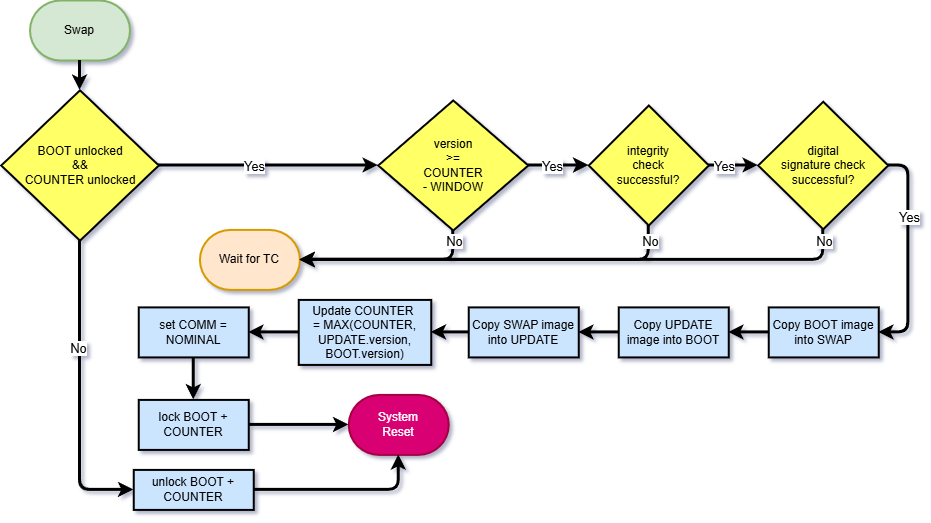
Above: Diagrams/ESA Secure Boot Flowchart.Swap.png in matyaskollert/ESA-SAVOIR-Secure-Boot (draw.io), before the change. Source tidied: cells renumbered, new cells last; positions are measured from the earlier drawing's top-left corner, leaving out a move shared by most shapes.
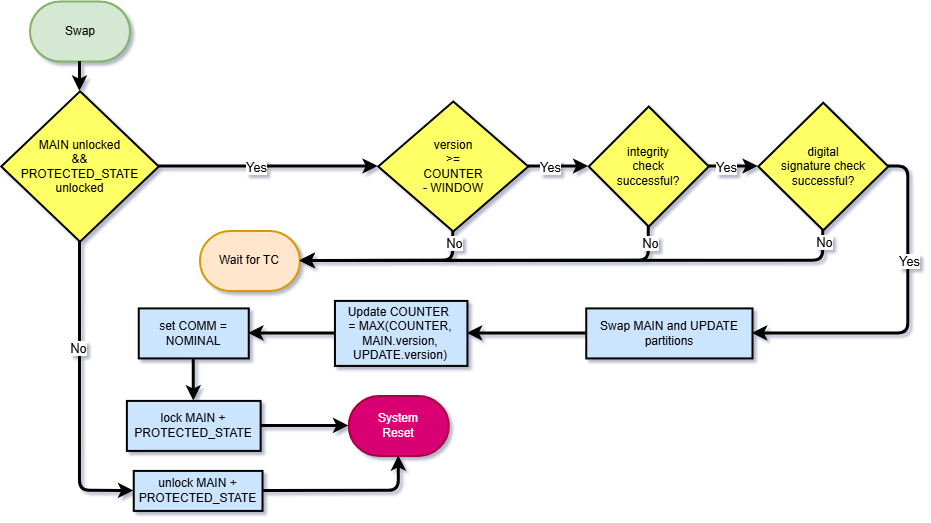
The same diagram one commit later.

Diff of the diagram source:
```diff
@@ -5,120 +5,108 @@
     <mxCell id="2" value="Swap" style="strokeWidth=2;html=1;shape=mxgraph.flowchart.terminator;whiteSpace=wrap;rounded=0;fillColor=#d5e8d4;strokeColor=#82b366;" parent="1" vertex="1">
       <mxGeometry x="28.5" width="100" height="60" as="geometry" />
     </mxCell>
-    <mxCell id="3" style="edgeStyle=orthogonalEdgeStyle;rounded=1;jettySize=auto;html=1;entryX=1;entryY=0.5;entryDx=0;entryDy=0;strokeWidth=3;curved=0;" parent="1" edge="1" source="4" target="11">
-      <mxGeometry relative="1" as="geometry" />
+    <mxCell id="3" value="Swap MAIN and UPDATE partitions" style="rounded=0;whiteSpace=wrap;html=1;absoluteArcSize=1;arcSize=14;strokeWidth=2;fillColor=#CCE5FF;" parent="1" vertex="1">
+      <mxGeometry x="584.7" y="306.9" width="166.2" height="50" as="geometry" />
     </mxCell>
-    <mxCell id="4" value="Copy BOOT image into SWAP" style="rounded=0;whiteSpace=wrap;html=1;absoluteArcSize=1;arcSize=14;strokeWidth=2;fillColor=#CCE5FF;" parent="1" vertex="1">
-      <mxGeometry x="767.2" y="306.9" width="110" height="50" as="geometry" />
+    <mxCell id="4" style="edgeStyle=orthogonalEdgeStyle;rounded=1;jettySize=auto;html=1;exitX=0;exitY=0.5;exitDx=0;exitDy=0;entryX=1;entryY=0.5;entryDx=0;entryDy=0;strokeWidth=3;curved=0;" parent="1" edge="1" source="5" target="7">
+      <mxGeometry relative="1" as="geometry" />
     </mxCell>
-    <mxCell id="5" style="edgeStyle=orthogonalEdgeStyle;rounded=1;jettySize=auto;html=1;exitX=0;exitY=0.5;exitDx=0;exitDy=0;entryX=1;entryY=0.5;entryDx=0;entryDy=0;strokeWidth=3;curved=0;" parent="1" edge="1" source="6" target="8">
-      <mxGeometry relative="1" as="geometry" />
+    <mxCell id="5" value="Update COUNTER&amp;nbsp;&lt;div&gt;= MAX(COUNTER, MAIN.version, UPDATE.version)&lt;/div&gt;" style="rounded=0;whiteSpace=wrap;html=1;absoluteArcSize=1;arcSize=14;strokeWidth=2;fillColor=#CCE5FF;" parent="1" vertex="1">
+      <mxGeometry x="333.4" y="299.4" width="132.5" height="65" as="geometry" />
     </mxCell>
-    <mxCell id="6" value="Update COUNTER&amp;nbsp;&lt;div&gt;= MAX(COUNTER, UPDATE.version, BOOT.version)&lt;/div&gt;" style="rounded=0;whiteSpace=wrap;html=1;absoluteArcSize=1;arcSize=14;strokeWidth=2;fillColor=#CCE5FF;" parent="1" vertex="1">
-      <mxGeometry x="297.2" y="299.4" width="132.5" height="65" as="geometry" />
+    <mxCell id="6" style="edgeStyle=orthogonalEdgeStyle;rounded=1;jettySize=auto;html=1;exitX=0.5;exitY=1;exitDx=0;exitDy=0;entryX=0.5;entryY=0;entryDx=0;entryDy=0;curved=0;strokeWidth=3;" parent="1" edge="1" source="7" target="8">
+      <mxGeometry relative="1" as="geometry" />
     </mxCell>
-    <mxCell id="7" style="edgeStyle=orthogonalEdgeStyle;rounded=1;jettySize=auto;html=1;exitX=0.5;exitY=1;exitDx=0;exitDy=0;entryX=0.5;entryY=0;entryDx=0;entryDy=0;curved=0;strokeWidth=3;" parent="1" edge="1" source="8" target="9">
-      <mxGeometry relative="1" as="geometry" />
+    <mxCell id="7" value="set COMM = NOMINAL" style="rounded=0;whiteSpace=wrap;html=1;absoluteArcSize=1;arcSize=14;strokeWidth=2;fillColor=#CCE5FF;" parent="1" vertex="1">
+      <mxGeometry x="137.2" y="306.9" width="110" height="50" as="geometry" />
     </mxCell>
-    <mxCell id="8" value="set COMM = NOMINAL" style="rounded=0;whiteSpace=wrap;html=1;absoluteArcSize=1;arcSize=14;strokeWidth=2;fillColor=#CCE5FF;" parent="1" vertex="1">
-      <mxGeometry x="137.2" y="306.9" width="110" height="50" as="geometry" />
+    <mxCell id="8" value="&lt;div&gt;lock MAIN + PROTECTED_STATE&lt;/div&gt;" style="rounded=0;whiteSpace=wrap;html=1;absoluteArcSize=1;arcSize=14;strokeWidth=2;fillColor=#CCE5FF;" parent="1" vertex="1">
+      <mxGeometry x="125.4" y="399.4" width="133.8" height="50" as="geometry" />
     </mxCell>
-    <mxCell id="9" value="&lt;div&gt;lock BOOT + COUNTER&lt;/div&gt;" style="rounded=0;whiteSpace=wrap;html=1;absoluteArcSize=1;arcSize=14;strokeWidth=2;fillColor=#CCE5FF;" parent="1" vertex="1">
-      <mxGeometry x="137.2" y="399.4" width="110" height="50" as="geometry" />
+    <mxCell id="9" style="edgeStyle=orthogonalEdgeStyle;rounded=1;jettySize=auto;html=1;exitX=0;exitY=0.5;exitDx=0;exitDy=0;entryX=1;entryY=0.5;entryDx=0;entryDy=0;curved=0;strokeWidth=3;" parent="1" edge="1" source="3" target="5">
+      <mxGeometry relative="1" as="geometry" />
     </mxCell>
-    <mxCell id="10" style="edgeStyle=orthogonalEdgeStyle;rounded=1;jettySize=auto;html=1;exitX=0;exitY=0.5;exitDx=0;exitDy=0;entryX=1;entryY=0.5;entryDx=0;entryDy=0;strokeWidth=3;curved=0;" parent="1" edge="1" source="11" target="13">
+    <mxCell id="10" style="edgeStyle=orthogonalEdgeStyle;rounded=1;jettySize=auto;html=1;exitX=0.5;exitY=1;exitDx=0;exitDy=0;exitPerimeter=0;entryX=0.5;entryY=0;entryDx=0;entryDy=0;entryPerimeter=0;strokeWidth=3;curved=0;" parent="1" edge="1" source="2" target="15">
       <mxGeometry relative="1" as="geometry" />
     </mxCell>
-    <mxCell id="11" value="Copy UPDATE image into BOOT" style="rounded=0;whiteSpace=wrap;html=1;absoluteArcSize=1;arcSize=14;strokeWidth=2;fillColor=#CCE5FF;" parent="1" vertex="1">
-      <mxGeometry x="617.2" y="306.9" width="110" height="50" as="geometry" />
+    <mxCell id="11" value="System&lt;div&gt;Reset&lt;/div&gt;" style="strokeWidth=2;html=1;shape=mxgraph.flowchart.terminator;whiteSpace=wrap;rounded=0;fillColor=#d80073;fontColor=#ffffff;strokeColor=#A50040;" parent="1" vertex="1">
+      <mxGeometry x="347.2" y="394.4" width="100" height="60" as="geometry" />
     </mxCell>
-    <mxCell id="12" style="edgeStyle=orthogonalEdgeStyle;rounded=1;jettySize=auto;html=1;exitX=0;exitY=0.5;exitDx=0;exitDy=0;entryX=1;entryY=0.5;entryDx=0;entryDy=0;curved=0;strokeWidth=3;" parent="1" edge="1" source="13" target="6">
+    <mxCell id="12" style="edgeStyle=orthogonalEdgeStyle;rounded=1;jettySize=auto;html=1;exitX=1;exitY=0.5;exitDx=0;exitDy=0;entryX=0;entryY=0.5;entryDx=0;entryDy=0;entryPerimeter=0;strokeWidth=3;curved=0;" parent="1" edge="1" source="8" target="11">
       <mxGeometry relative="1" as="geometry" />
     </mxCell>
-    <mxCell id="13" value="Copy SWAP image into UPDATE" style="rounded=0;whiteSpace=wrap;html=1;absoluteArcSize=1;arcSize=14;strokeWidth=2;fillColor=#CCE5FF;" parent="1" vertex="1">
-      <mxGeometry x="467.2" y="306.9" width="110" height="50" as="geometry" />
+    <mxCell id="13" style="edgeStyle=orthogonalEdgeStyle;rounded=1;jettySize=auto;html=1;exitX=0.5;exitY=1;exitDx=0;exitDy=0;exitPerimeter=0;entryX=0;entryY=0.5;entryDx=0;entryDy=0;strokeWidth=3;curved=0;" parent="1" edge="1" source="15" target="16">
+      <mxGeometry relative="1" as="geometry" />
     </mxCell>
-    <mxCell id="14" style="edgeStyle=orthogonalEdgeStyle;rounded=1;jettySize=auto;html=1;exitX=0.5;exitY=1;exitDx=0;exitDy=0;exitPerimeter=0;entryX=0.5;entryY=0;entryDx=0;entryDy=0;entryPerimeter=0;strokeWidth=3;curved=0;" parent="1" edge="1" source="2" target="19">
-      <mxGeometry relative="1" as="geometry" />
+    <mxCell id="14" value="&lt;font style=&quot;font-size: 13px;&quot;&gt;No&lt;/font&gt;" style="edgeLabel;html=1;align=center;verticalAlign=middle;" parent="13" vertex="1">
+      <mxGeometry x="-0.3" y="-2" relative="1" as="geometry" />
     </mxCell>
-    <mxCell id="15" value="System&lt;div&gt;Reset&lt;/div&gt;" style="strokeWidth=2;html=1;shape=mxgraph.flowchart.terminator;whiteSpace=wrap;rounded=0;fillColor=#d80073;fontColor=#ffffff;strokeColor=#A50040;" parent="1" vertex="1">
-      <mxGeometry x="347.2" y="394.4" width="100" height="60" as="geometry" />
+    <mxCell id="15" value="MAIN unlocked&lt;div&gt;&amp;amp;&amp;amp;&lt;/div&gt;&lt;div&gt;PROTECTED_STATE&lt;/div&gt;&lt;div&gt;unlocked&lt;/div&gt;" style="strokeWidth=2;html=1;shape=mxgraph.flowchart.decision;whiteSpace=wrap;rounded=0;fillColor=#FFFF66;" parent="1" vertex="1">
+      <mxGeometry x="-0.2" y="89.8" width="157.5" height="150.4" as="geometry" />
     </mxCell>
-    <mxCell id="16" style="edgeStyle=orthogonalEdgeStyle;rounded=1;jettySize=auto;html=1;exitX=1;exitY=0.5;exitDx=0;exitDy=0;entryX=0;entryY=0.5;entryDx=0;entryDy=0;entryPerimeter=0;strokeWidth=3;curved=0;" parent="1" edge="1" source="9" target="15">
-      <mxGeometry relative="1" as="geometry" />
+    <mxCell id="16" value="unlock MAIN + PROTECTED_STATE" style="rounded=0;whiteSpace=wrap;html=1;absoluteArcSize=1;arcSize=14;strokeWidth=2;fillColor=#CCE5FF;" parent="1" vertex="1">
+      <mxGeometry x="132.2" y="469.4" width="128.8" height="40" as="geometry" />
     </mxCell>
-    <mxCell id="17" style="edgeStyle=orthogonalEdgeStyle;rounded=1;jettySize=auto;html=1;exitX=0.5;exitY=1;exitDx=0;exitDy=0;exitPerimeter=0;entryX=0;entryY=0.5;entryDx=0;entryDy=0;strokeWidth=3;curved=0;" parent="1" edge="1" source="19" target="20">
+    <mxCell id="17" style="edgeStyle=orthogonalEdgeStyle;rounded=1;jettySize=auto;html=1;exitX=1;exitY=0.5;exitDx=0;exitDy=0;entryX=0.5;entryY=1;entryDx=0;entryDy=0;entryPerimeter=0;strokeWidth=3;curved=0;" parent="1" edge="1" source="16" target="11">
       <mxGeometry relative="1" as="geometry" />
     </mxCell>
-    <mxCell id="18" value="&lt;font style=&quot;font-size: 13px;&quot;&gt;No&lt;/font&gt;" style="edgeLabel;html=1;align=center;verticalAlign=middle;points=[];" parent="17" vertex="1">
-      <mxGeometry x="-0.3" y="-2" relative="1" as="geometry" />
+    <mxCell id="18" value="&lt;div&gt;&lt;span style=&quot;background-color: transparent; color: light-dark(rgb(0, 0, 0), rgb(255, 255, 255));&quot;&gt;version&lt;/span&gt;&lt;/div&gt;&lt;div&gt;&lt;div&gt;&amp;gt;=&lt;/div&gt;&lt;div&gt;COUNTER&lt;/div&gt;&lt;div&gt;- WINDOW&lt;/div&gt;&lt;/div&gt;" style="strokeWidth=2;html=1;shape=mxgraph.flowchart.decision;whiteSpace=wrap;rounded=0;fillColor=#FFFF66;" parent="1" vertex="1">
+      <mxGeometry x="376.8" y="100" width="150" height="130" as="geometry" />
     </mxCell>
-    <mxCell id="19" value="BOOT unlocked&lt;div&gt;&amp;amp;&amp;amp;&lt;/div&gt;&lt;div&gt;COUNTER unlocked&lt;/div&gt;" style="strokeWidth=2;html=1;shape=mxgraph.flowchart.decision;whiteSpace=wrap;rounded=0;fillColor=#FFFF66;" parent="1" vertex="1">
-      <mxGeometry x="-0.2" y="89.8" width="157.5" height="150.4" as="geometry" />
+    <mxCell id="19" style="edgeStyle=orthogonalEdgeStyle;jettySize=auto;html=1;exitX=1;exitY=0.5;exitDx=0;exitDy=0;exitPerimeter=0;entryX=0;entryY=0.5;entryDx=0;entryDy=0;strokeWidth=3;entryPerimeter=0;" parent="1" edge="1" source="21" target="26">
+      <mxGeometry relative="1" as="geometry" />
     </mxCell>
-    <mxCell id="20" value="unlock BOOT + COUNTER" style="rounded=0;whiteSpace=wrap;html=1;absoluteArcSize=1;arcSize=14;strokeWidth=2;fillColor=#CCE5FF;" parent="1" vertex="1">
-      <mxGeometry x="132.2" y="469.4" width="120" height="40" as="geometry" />
+    <mxCell id="20" value="&lt;font style=&quot;color: light-dark(rgb(0, 0, 0), rgb(102, 255, 102)); font-size: 13px;&quot;&gt;Yes&lt;/font&gt;" style="edgeLabel;html=1;align=center;verticalAlign=middle;points=[];" parent="19" vertex="1">
+      <mxGeometry x="-0.37" y="-1" relative="1" as="geometry">
+        <mxPoint y="-1" as="offset" />
+      </mxGeometry>
     </mxCell>
-    <mxCell id="21" style="edgeStyle=orthogonalEdgeStyle;rounded=1;jettySize=auto;html=1;exitX=1;exitY=0.5;exitDx=0;exitDy=0;entryX=0.5;entryY=1;entryDx=0;entryDy=0;entryPerimeter=0;strokeWidth=3;curved=0;" parent="1" edge="1" source="20" target="15">
-      <mxGeometry relative="1" as="geometry" />
+    <mxCell id="21" value="&lt;div&gt;&lt;div&gt;&lt;span style=&quot;background-color: transparent; color: light-dark(rgb(0, 0, 0), rgb(255, 255, 255));&quot;&gt;integrity&lt;/span&gt;&lt;/div&gt;&lt;div&gt;check&lt;div&gt;successful?&lt;/div&gt;&lt;/div&gt;&lt;/div&gt;" style="strokeWidth=2;html=1;shape=mxgraph.flowchart.decision;whiteSpace=wrap;rounded=0;fillColor=#FFFF66;" parent="1" vertex="1">
+      <mxGeometry x="587.2" y="105" width="120" height="120" as="geometry" />
     </mxCell>
-    <mxCell id="22" value="&lt;div&gt;&lt;span style=&quot;background-color: transparent; color: light-dark(rgb(0, 0, 0), rgb(255, 255, 255));&quot;&gt;version&lt;/span&gt;&lt;/div&gt;&lt;div&gt;&lt;div&gt;&amp;gt;=&lt;/div&gt;&lt;div&gt;COUNTER&lt;/div&gt;&lt;div&gt;- WINDOW&lt;/div&gt;&lt;/div&gt;" style="strokeWidth=2;html=1;shape=mxgraph.flowchart.decision;whiteSpace=wrap;rounded=0;fillColor=#FFFF66;" parent="1" vertex="1">
-      <mxGeometry x="376.8" y="100" width="150" height="130" as="geometry" />
+    <mxCell id="22" style="edgeStyle=orthogonalEdgeStyle;jettySize=auto;html=1;exitX=1;exitY=0.5;exitDx=0;exitDy=0;exitPerimeter=0;entryX=0;entryY=0.5;entryDx=0;entryDy=0;entryPerimeter=0;strokeWidth=3;" parent="1" edge="1" source="18" target="21">
+      <mxGeometry relative="1" as="geometry" />
     </mxCell>
-    <mxCell id="23" style="edgeStyle=orthogonalEdgeStyle;jettySize=auto;html=1;exitX=1;exitY=0.5;exitDx=0;exitDy=0;exitPerimeter=0;entryX=0;entryY=0.5;entryDx=0;entryDy=0;strokeWidth=3;entryPerimeter=0;" parent="1" edge="1" source="25" target="30">
-      <mxGeometry relative="1" as="geometry" />
+    <mxCell id="23" value="&lt;font style=&quot;font-size: 13px; color: light-dark(rgb(0, 0, 0), rgb(102, 255, 102));&quot;&gt;Yes&lt;/font&gt;" style="edgeLabel;html=1;align=center;verticalAlign=middle;" parent="22" vertex="1">
+      <mxGeometry x="-0.2" relative="1" as="geometry">
+        <mxPoint x="-2" as="offset" />
+      </mxGeometry>
     </mxCell>
-    <mxCell id="24" value="&lt;font style=&quot;color: light-dark(rgb(0, 0, 0), rgb(102, 255, 102)); font-size: 13px;&quot;&gt;Yes&lt;/font&gt;" style="edgeLabel;html=1;align=center;verticalAlign=middle;" parent="23" vertex="1">
-      <mxGeometry x="-0.37" y="-1" relative="1" as="geometry">
-        <mxPoint y="-1" as="offset" />
-      </mxGeometry>
+    <mxCell id="24" style="edgeStyle=orthogonalEdgeStyle;rounded=1;jettySize=auto;html=1;exitX=1;exitY=0.5;exitDx=0;exitDy=0;exitPerimeter=0;entryX=1;entryY=0.5;entryDx=0;entryDy=0;strokeWidth=3;curved=0;" parent="1" edge="1" source="26" target="3">
+      <mxGeometry relative="1" as="geometry" />
     </mxCell>
-    <mxCell id="25" value="&lt;div&gt;&lt;div&gt;&lt;span style=&quot;background-color: transparent; color: light-dark(rgb(0, 0, 0), rgb(255, 255, 255));&quot;&gt;integrity&lt;/span&gt;&lt;/div&gt;&lt;div&gt;check&lt;div&gt;successful?&lt;/div&gt;&lt;/div&gt;&lt;/div&gt;" style="strokeWidth=2;html=1;shape=mxgraph.flowchart.decision;whiteSpace=wrap;rounded=0;fillColor=#FFFF66;" parent="1" vertex="1">
-      <mxGeometry x="587.2" y="105" width="120" height="120" as="geometry" />
+    <mxCell id="25" value="&lt;font style=&quot;font-size: 13px;&quot;&gt;Yes&lt;/font&gt;" style="edgeLabel;html=1;align=center;verticalAlign=middle;points=[];" parent="24" vertex="1">
+      <mxGeometry x="-0.34" relative="1" as="geometry" />
     </mxCell>
-    <mxCell id="26" style="edgeStyle=orthogonalEdgeStyle;jettySize=auto;html=1;exitX=1;exitY=0.5;exitDx=0;exitDy=0;exitPerimeter=0;entryX=0;entryY=0.5;entryDx=0;entryDy=0;entryPerimeter=0;strokeWidth=3;" parent="1" edge="1" source="22" target="25">
-      <mxGeometry relative="1" as="geometry" />
+    <mxCell id="26" value="&lt;div&gt;&lt;span style=&quot;background-color: transparent; color: light-dark(rgb(0, 0, 0), rgb(255, 255, 255));&quot;&gt;digital&lt;/span&gt;&lt;/div&gt;&lt;div&gt;signature check&lt;div&gt;successful?&lt;/div&gt;&lt;/div&gt;" style="strokeWidth=2;html=1;shape=mxgraph.flowchart.decision;whiteSpace=wrap;rounded=0;fillColor=#FFFF66;" parent="1" vertex="1">
+      <mxGeometry x="756.8" y="101.2" width="130" height="127.5" as="geometry" />
     </mxCell>
-    <mxCell id="27" value="&lt;font style=&quot;font-size: 13px; color: light-dark(rgb(0, 0, 0), rgb(102, 255, 102));&quot;&gt;Yes&lt;/font&gt;" style="edgeLabel;html=1;align=center;verticalAlign=middle;" parent="26" vertex="1">
-      <mxGeometry x="-0.2" relative="1" as="geometry">
-        <mxPoint x="-2" as="offset" />
-      </mxGeometry>
+    <mxCell id="27" style="edgeStyle=orthogonalEdgeStyle;rounded=1;jettySize=auto;html=1;exitX=1;exitY=0.5;exitDx=0;exitDy=0;exitPerimeter=0;entryX=0;entryY=0.5;entryDx=0;entryDy=0;entryPerimeter=0;strokeWidth=3;curved=0;" parent="1" edge="1" source="15" target="18">
+      <mxGeometry relative="1" as="geometry" />
     </mxCell>
-    <mxCell id="28" style="edgeStyle=orthogonalEdgeStyle;rounded=1;jettySize=auto;html=1;exitX=1;exitY=0.5;exitDx=0;exitDy=0;exitPerimeter=0;entryX=1;entryY=0.5;entryDx=0;entryDy=0;strokeWidth=3;curved=0;" parent="1" edge="1" source="30" target="4">
-      <mxGeometry relative="1" as="geometry" />
+    <mxCell id="28" value="&lt;font style=&quot;font-size: 13px;&quot;&gt;Yes&lt;/font&gt;" style="edgeLabel;html=1;align=center;verticalAlign=middle;" parent="27" vertex="1">
+      <mxGeometry x="-0.13" relative="1" as="geometry" />
     </mxCell>
-    <mxCell id="29" value="&lt;font style=&quot;font-size: 13px;&quot;&gt;Yes&lt;/font&gt;" style="edgeLabel;html=1;align=center;verticalAlign=middle;points=[];" parent="28" vertex="1">
-      <mxGeometry x="-0.34" relative="1" as="geometry" />
+    <mxCell id="29" value="Wait for TC" style="strokeWidth=2;html=1;shape=mxgraph.flowchart.terminator;whiteSpace=wrap;rounded=0;fillColor=#ffe6cc;strokeColor=#d79b00;" parent="1" vertex="1">
+      <mxGeometry x="198.4" y="229.4" width="100" height="60" as="geometry" />
     </mxCell>
-    <mxCell id="30" value="&lt;div&gt;&lt;span style=&quot;background-color: transparent; color: light-dark(rgb(0, 0, 0), rgb(255, 255, 255));&quot;&gt;digital&lt;/span&gt;&lt;/div&gt;&lt;div&gt;signature check&lt;div&gt;successful?&lt;/div&gt;&lt;/div&gt;" style="strokeWidth=2;html=1;shape=mxgraph.flowchart.decision;whiteSpace=wrap;rounded=0;fillColor=#FFFF66;" parent="1" vertex="1">
-      <mxGeometry x="756.8" y="101.2" width="130" height="127.5" as="geometry" />
+    <mxCell id="30" style="edgeStyle=orthogonalEdgeStyle;rounded=1;jettySize=auto;html=1;exitX=0.5;exitY=1;exitDx=0;exitDy=0;exitPerimeter=0;entryX=1;entryY=0.5;entryDx=0;entryDy=0;entryPerimeter=0;strokeWidth=3;curved=0;" parent="1" edge="1" source="26" target="29">
+      <mxGeometry relative="1" as="geometry" />
     </mxCell>
-    <mxCell id="31" style="edgeStyle=orthogonalEdgeStyle;rounded=1;jettySize=auto;html=1;exitX=1;exitY=0.5;exitDx=0;exitDy=0;exitPerimeter=0;entryX=0;entryY=0.5;entryDx=0;entryDy=0;entryPerimeter=0;strokeWidth=3;curved=0;" parent="1" edge="1" source="19" target="22">
-      <mxGeometry relative="1" as="geometry" />
+    <mxCell id="31" value="&lt;font style=&quot;font-size: 13px;&quot;&gt;No&lt;/font&gt;" style="edgeLabel;html=1;align=center;verticalAlign=middle;" parent="30" vertex="1">
+      <mxGeometry x="-0.96" relative="1" as="geometry" />
     </mxCell>
-    <mxCell id="32" value="&lt;font style=&quot;font-size: 13px;&quot;&gt;Yes&lt;/font&gt;" style="edgeLabel;html=1;align=center;verticalAlign=middle;" parent="31" vertex="1">
-      <mxGeometry x="-0.13" relative="1" as="geometry" />
+    <mxCell id="32" style="edgeStyle=orthogonalEdgeStyle;rounded=1;jettySize=auto;html=1;exitX=0.5;exitY=1;exitDx=0;exitDy=0;exitPerimeter=0;entryX=1;entryY=0.5;entryDx=0;entryDy=0;entryPerimeter=0;strokeWidth=3;curved=0;" parent="1" edge="1" source="21" target="29">
+      <mxGeometry relative="1" as="geometry" />
     </mxCell>
-    <mxCell id="33" value="Wait for TC" style="strokeWidth=2;html=1;shape=mxgraph.flowchart.terminator;whiteSpace=wrap;rounded=0;fillColor=#ffe6cc;strokeColor=#d79b00;" parent="1" vertex="1">
-      <mxGeometry x="198.4" y="229.4" width="100" height="60" as="geometry" />
+    <mxCell id="33" value="&lt;font style=&quot;font-size: 13px;&quot;&gt;No&lt;/font&gt;" style="edgeLabel;html=1;align=center;verticalAlign=middle;points=[];" parent="32" vertex="1">
+      <mxGeometry x="-0.92" y="1" relative="1" as="geometry" />
     </mxCell>
-    <mxCell id="34" style="edgeStyle=orthogonalEdgeStyle;rounded=1;jettySize=auto;html=1;exitX=0.5;exitY=1;exitDx=0;exitDy=0;exitPerimeter=0;entryX=1;entryY=0.5;entryDx=0;entryDy=0;entryPerimeter=0;strokeWidth=3;curved=0;" parent="1" edge="1" source="30" target="33">
+    <mxCell id="34" style="edgeStyle=orthogonalEdgeStyle;rounded=1;jettySize=auto;html=1;exitX=0.5;exitY=1;exitDx=0;exitDy=0;exitPerimeter=0;entryX=1;entryY=0.5;entryDx=0;entryDy=0;entryPerimeter=0;strokeWidth=3;curved=0;" parent="1" edge="1" source="18" target="29">
       <mxGeometry relative="1" as="geometry" />
     </mxCell>
     <mxCell id="35" value="&lt;font style=&quot;font-size: 13px;&quot;&gt;No&lt;/font&gt;" style="edgeLabel;html=1;align=center;verticalAlign=middle;" parent="34" vertex="1">
-      <mxGeometry x="-0.96" relative="1" as="geometry" />
+      <mxGeometry x="-0.89" relative="1" as="geometry" />
     </mxCell>
-    <mxCell id="36" style="edgeStyle=orthogonalEdgeStyle;rounded=1;jettySize=auto;html=1;exitX=0.5;exitY=1;exitDx=0;exitDy=0;exitPerimeter=0;entryX=1;entryY=0.5;entryDx=0;entryDy=0;entryPerimeter=0;strokeWidth=3;curved=0;" parent="1" edge="1" source="25" target="33">
-      <mxGeometry relative="1" as="geometry" />
-    </mxCell>
-    <mxCell id="37" value="&lt;font style=&quot;font-size: 13px;&quot;&gt;No&lt;/font&gt;" style="edgeLabel;html=1;align=center;verticalAlign=middle;" parent="36" vertex="1">
-      <mxGeometry x="-0.92" y="1" relative="1" as="geometry" />
-    </mxCell>
-    <mxCell id="38" style="edgeStyle=orthogonalEdgeStyle;rounded=1;jettySize=auto;html=1;exitX=0.5;exitY=1;exitDx=0;exitDy=0;exitPerimeter=0;entryX=1;entryY=0.5;entryDx=0;entryDy=0;entryPerimeter=0;strokeWidth=3;curved=0;" parent="1" edge="1" source="22" target="33">
-      <mxGeometry relative="1" as="geometry" />
-    </mxCell>
-    <mxCell id="39" value="&lt;font style=&quot;font-size: 13px;&quot;&gt;No&lt;/font&gt;" style="edgeLabel;html=1;align=center;verticalAlign=middle;" parent="38" vertex="1">
-      <mxGeometry x="-0.89" relative="1" as="geometry" />
-    </mxCell>
   </root>
 </mxGraphModel>
```
